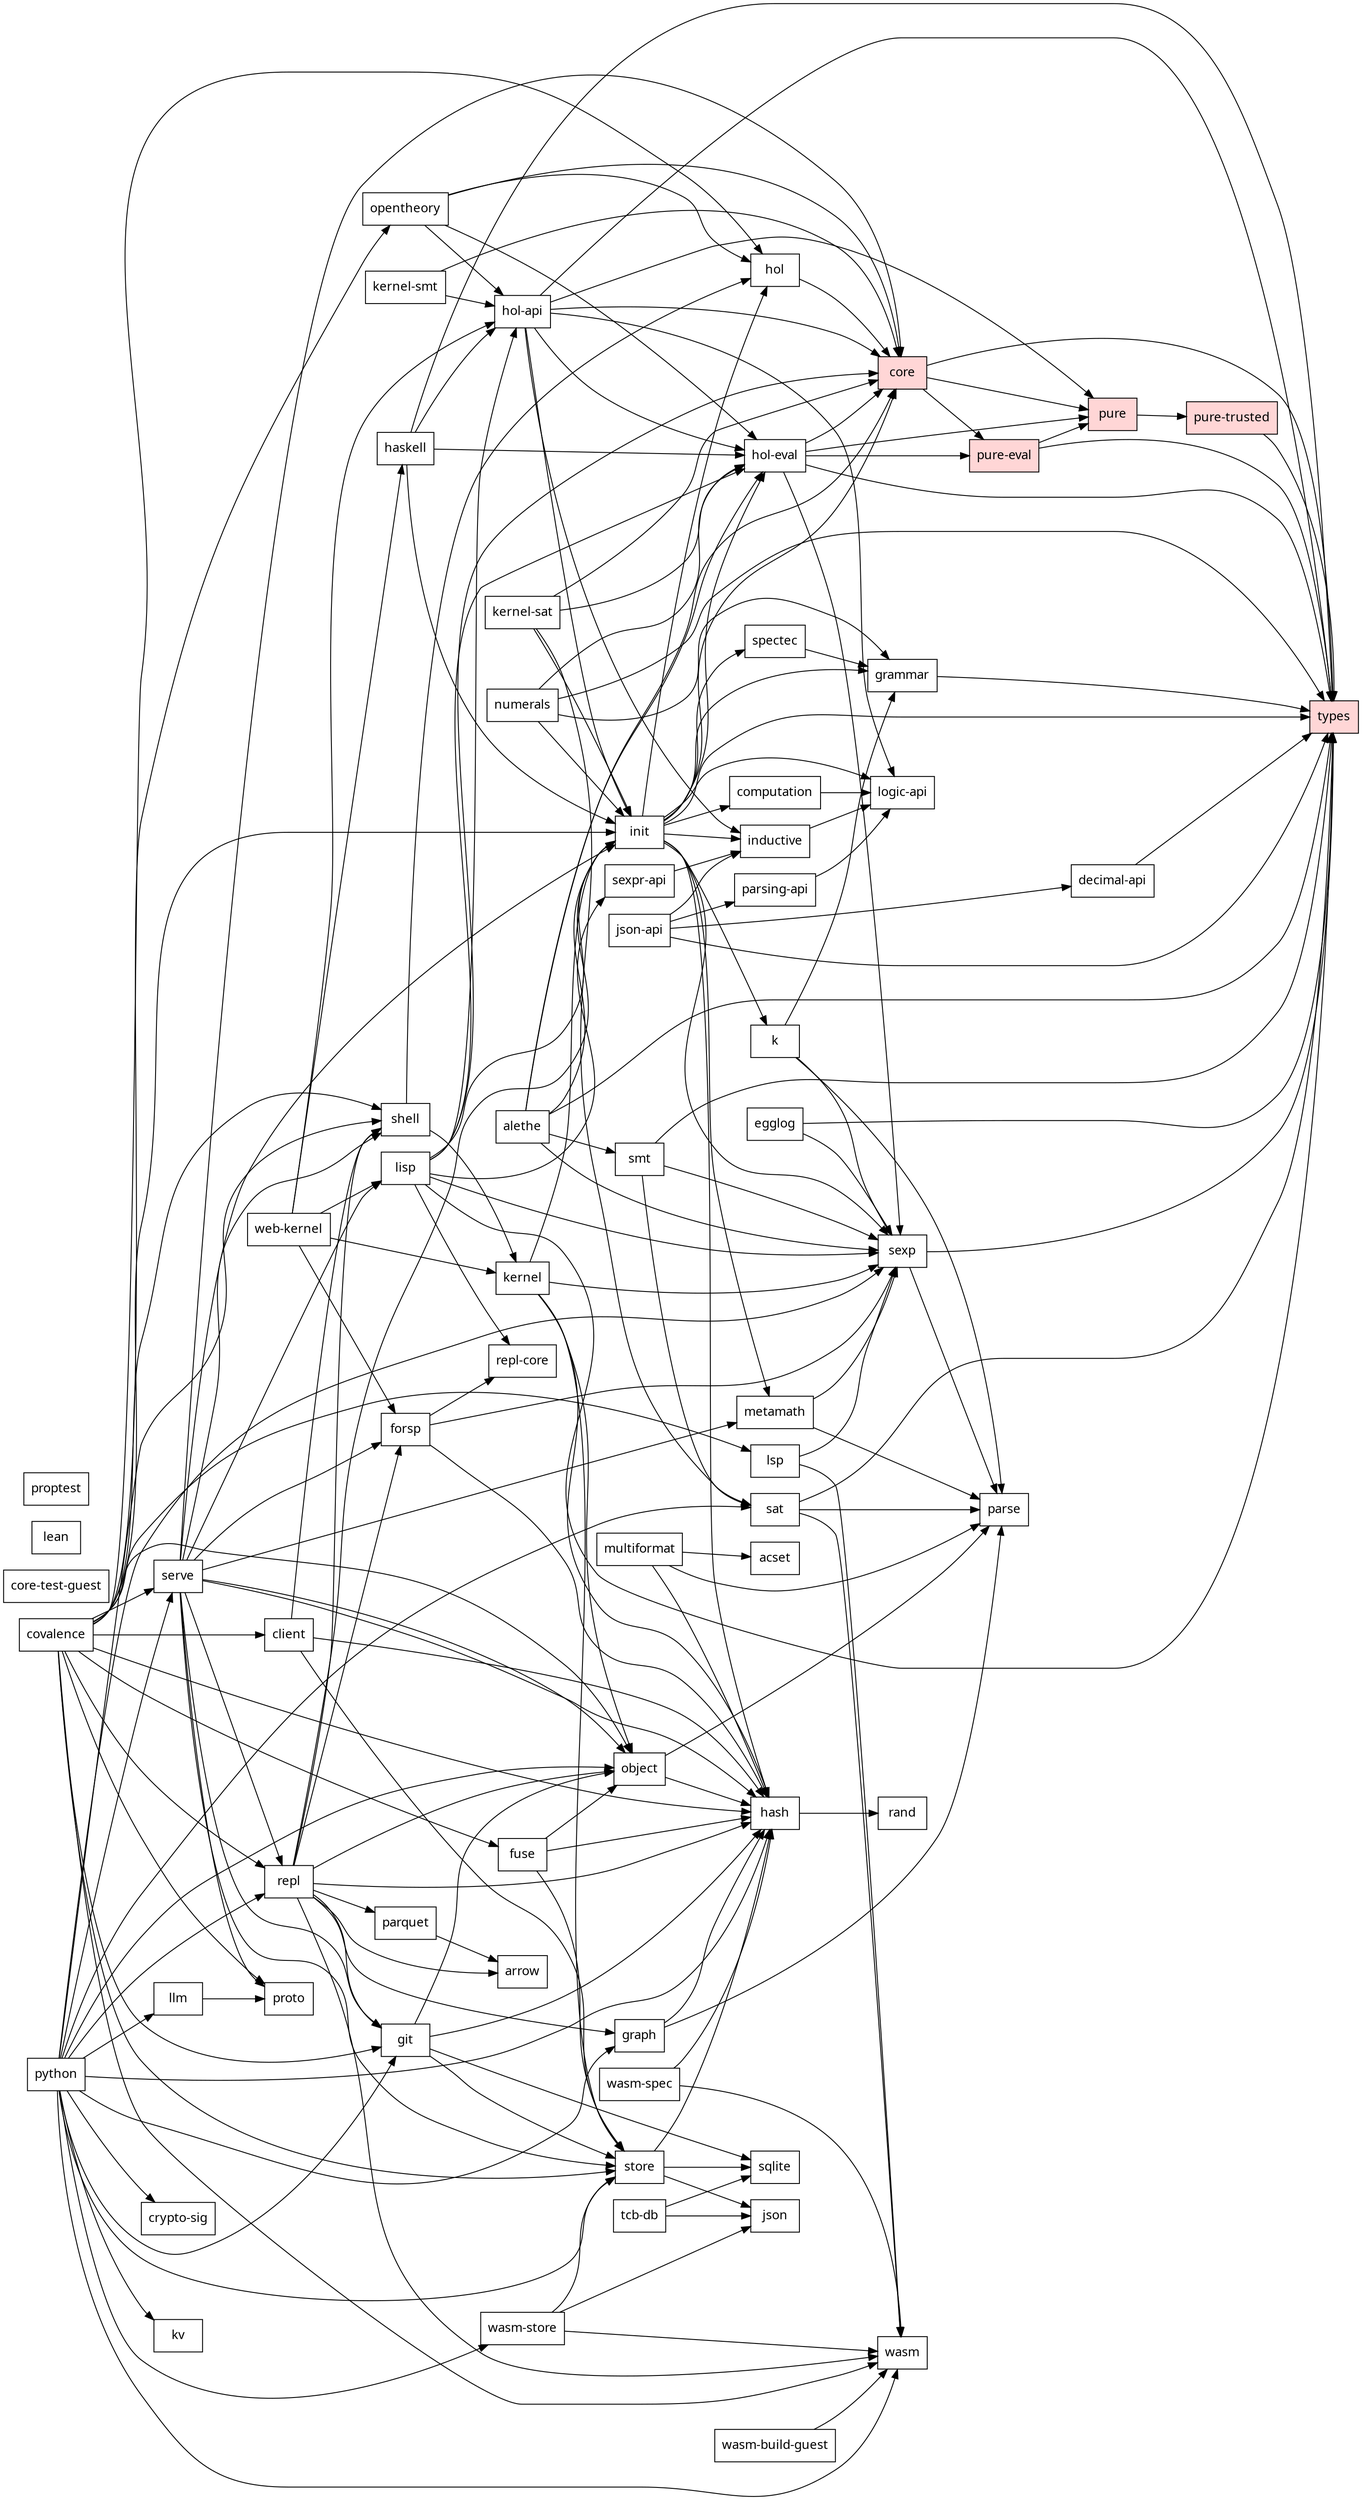
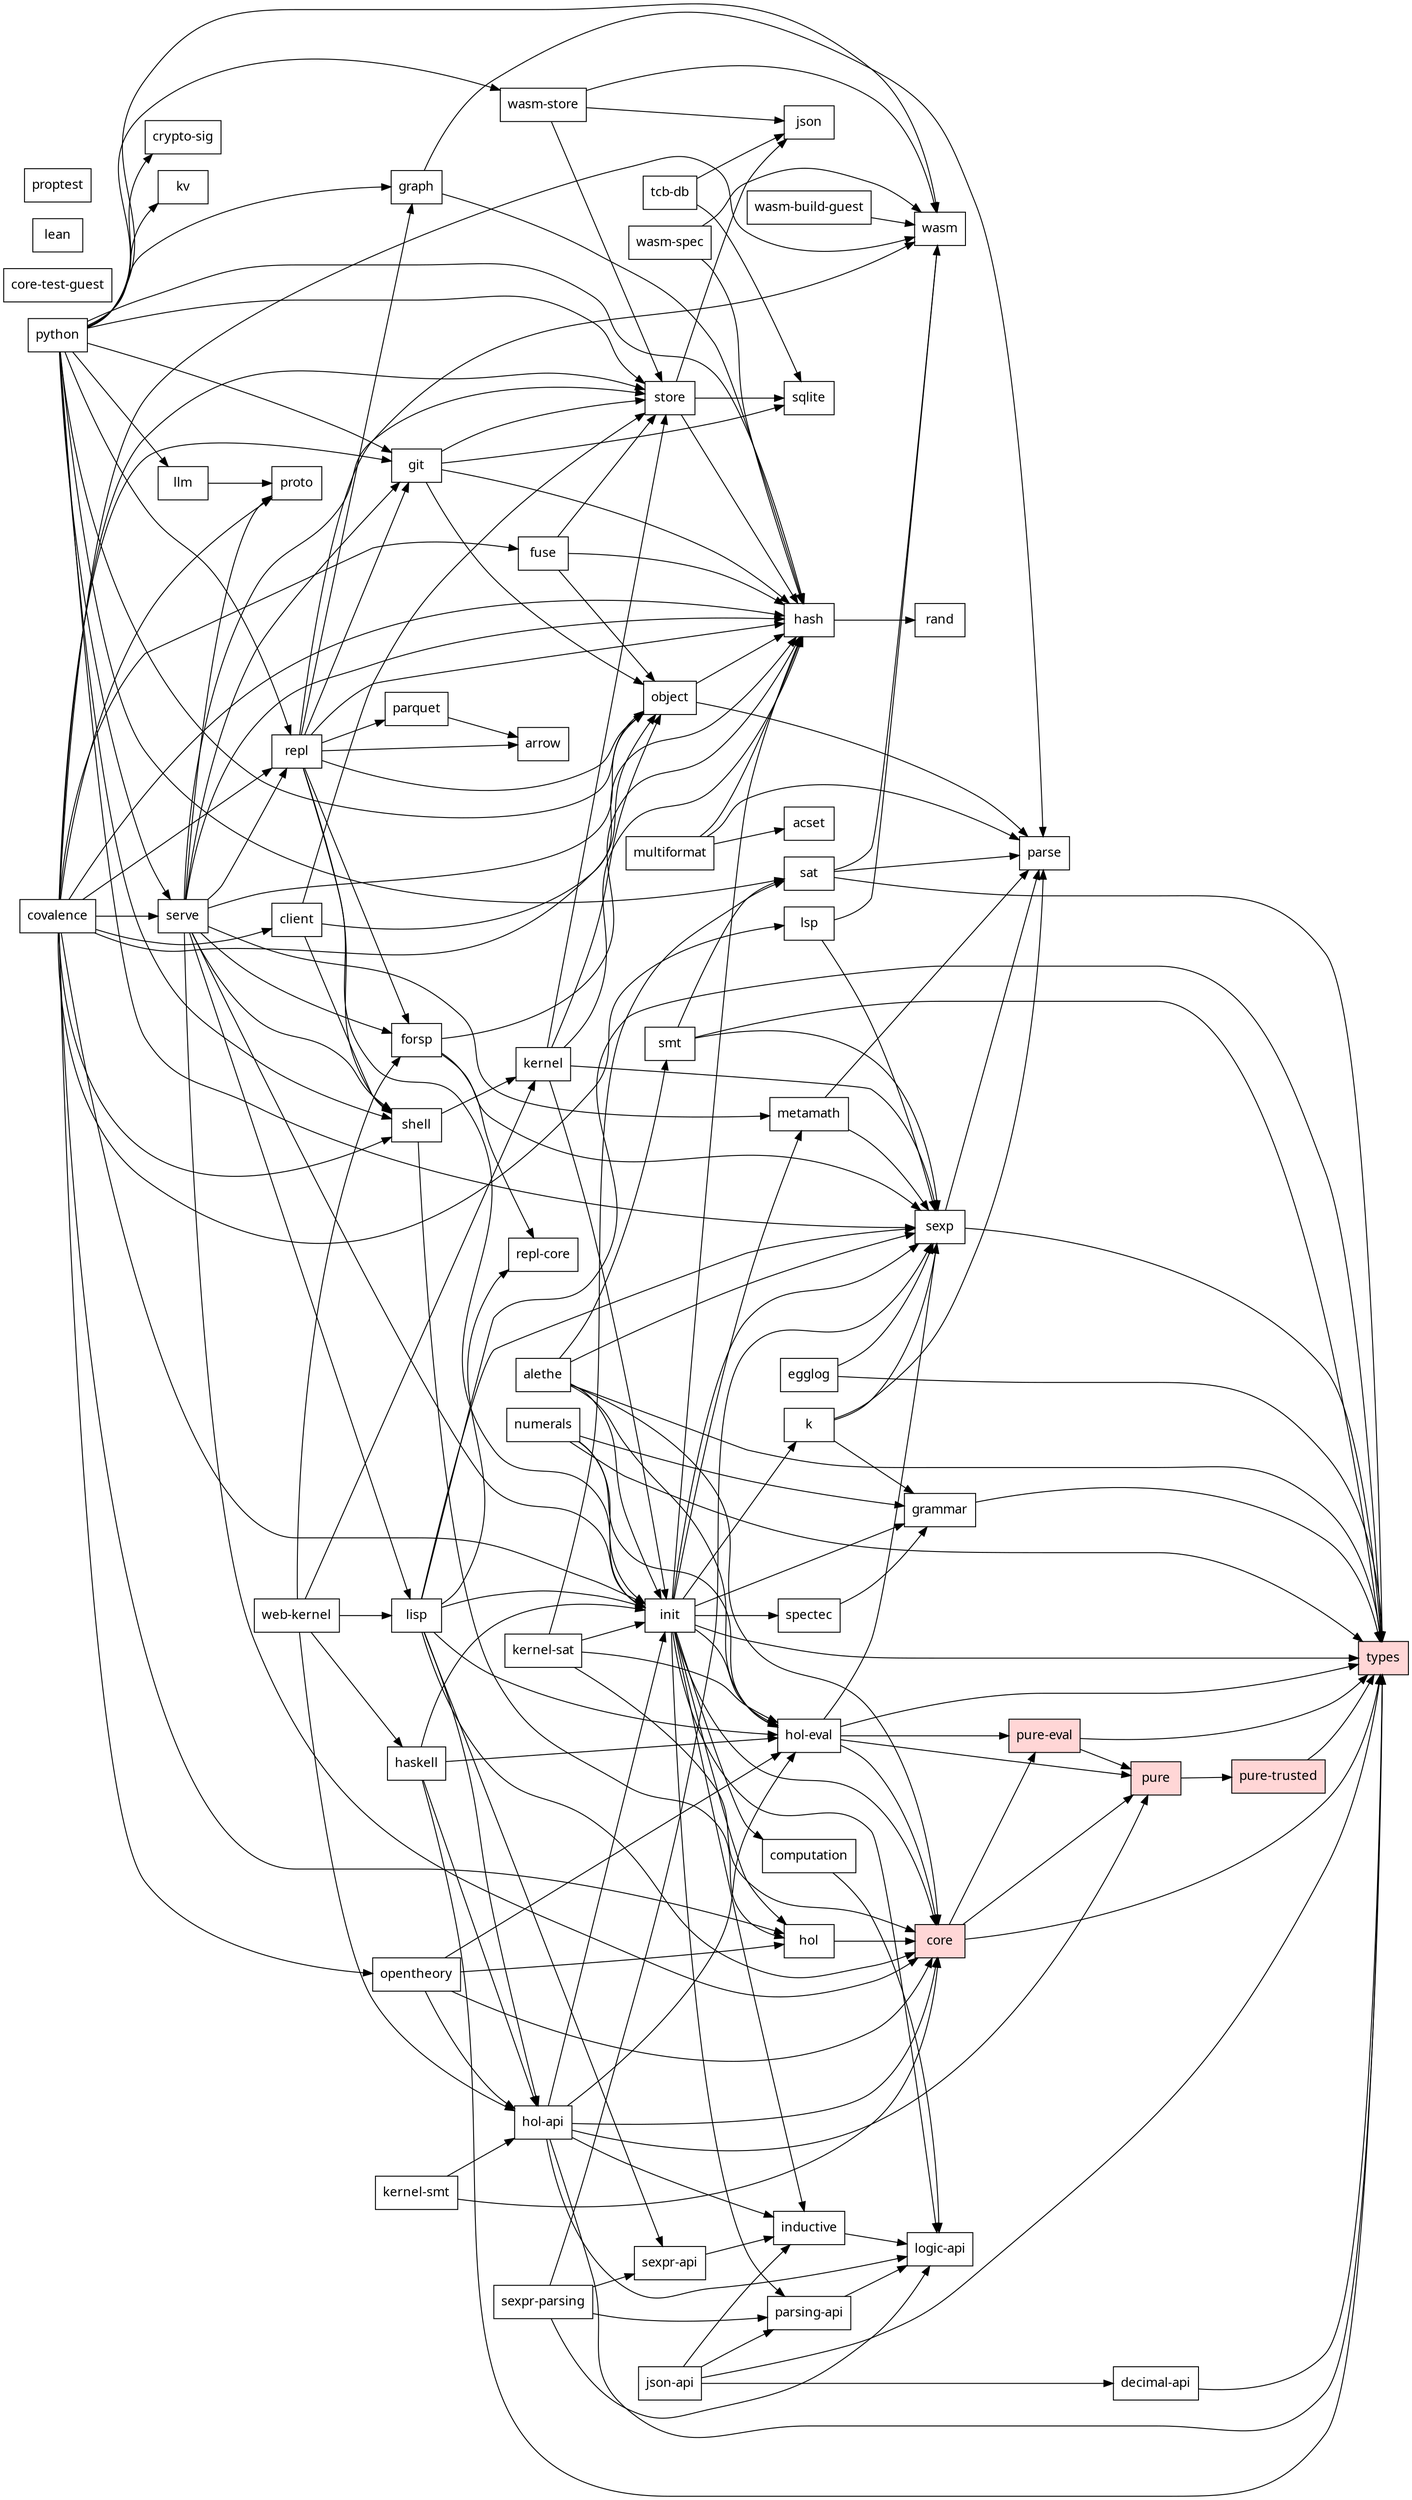
// Generated by scripts/dep-graph.mjs — do not edit (run `bun run deps`).
digraph deps {
  rankdir=LR;
  node [shape=box, fontname="sans-serif"];
  "covalence";
  "acset";
  "alethe";
  "arrow";
  "client";
  "computation";
  "core" [style=filled, fillcolor="#ffd6d6"];
  "core-test-guest";
  "crypto-sig";
  "decimal-api";
  "egglog";
  "forsp";
  "fuse";
  "git";
  "grammar";
  "graph";
  "hash";
  "haskell";
  "hol";
  "hol-api";
  "hol-eval";
  "inductive";
  "init";
  "json";
  "json-api";
  "k";
  "kernel";
  "kernel-sat";
  "kernel-smt";
  "kv";
  "lean";
  "lisp";
  "llm";
  "logic-api";
  "lsp";
  "metamath";
  "multiformat";
  "numerals";
  "object";
  "opentheory";
  "parquet";
  "parse";
  "parsing-api";
  "proptest";
  "proto";
  "pure" [style=filled, fillcolor="#ffd6d6"];
  "pure-eval" [style=filled, fillcolor="#ffd6d6"];
  "pure-trusted" [style=filled, fillcolor="#ffd6d6"];
  "python";
  "rand";
  "repl";
  "repl-core";
  "sat";
  "serve";
  "sexp";
  "sexpr-api";
+   "sexpr-parsing";
  "shell";
  "smt";
  "spectec";
  "sqlite";
  "store";
  "tcb-db";
  "types" [style=filled, fillcolor="#ffd6d6"];
  "wasm";
  "wasm-build-guest";
  "wasm-spec";
  "wasm-store";
  "web-kernel";
  "covalence" -> "client";
  "covalence" -> "fuse";
  "covalence" -> "git";
  "covalence" -> "hash";
  "covalence" -> "hol";
  "covalence" -> "init";
  "covalence" -> "lsp";
  "covalence" -> "object";
  "covalence" -> "opentheory";
  "covalence" -> "proto";
  "covalence" -> "repl";
  "covalence" -> "serve";
  "covalence" -> "shell";
  "covalence" -> "store";
  "covalence" -> "wasm";
  "alethe" -> "core";
  "alethe" -> "hol-eval";
  "alethe" -> "init";
  "alethe" -> "sexp";
  "alethe" -> "smt";
  "alethe" -> "types";
  "client" -> "hash";
  "client" -> "shell";
  "client" -> "store";
  "computation" -> "logic-api";
  "core" -> "pure";
  "core" -> "pure-eval";
  "core" -> "types";
  "decimal-api" -> "types";
  "egglog" -> "sexp";
  "egglog" -> "types";
  "forsp" -> "hash";
  "forsp" -> "repl-core";
  "forsp" -> "sexp";
  "fuse" -> "hash";
  "fuse" -> "object";
  "fuse" -> "store";
  "git" -> "hash";
  "git" -> "object";
  "git" -> "sqlite";
  "git" -> "store";
  "grammar" -> "types";
  "graph" -> "hash";
  "graph" -> "parse";
  "hash" -> "rand";
  "haskell" -> "hol-api";
  "haskell" -> "hol-eval";
  "haskell" -> "init";
  "haskell" -> "types";
  "hol" -> "core";
  "hol-api" -> "core";
  "hol-api" -> "hol-eval";
  "hol-api" -> "inductive";
  "hol-api" -> "init";
  "hol-api" -> "logic-api";
  "hol-api" -> "pure";
  "hol-api" -> "types";
  "hol-eval" -> "core";
  "hol-eval" -> "pure";
  "hol-eval" -> "pure-eval";
  "hol-eval" -> "sexp";
  "hol-eval" -> "types";
  "inductive" -> "logic-api";
  "init" -> "computation";
  "init" -> "core";
  "init" -> "grammar";
  "init" -> "hash";
  "init" -> "hol";
  "init" -> "hol-eval";
  "init" -> "inductive";
  "init" -> "k";
  "init" -> "logic-api";
  "init" -> "metamath";
+   "init" -> "parsing-api";
  "init" -> "sexp";
  "init" -> "spectec";
  "init" -> "types";
  "json-api" -> "decimal-api";
  "json-api" -> "inductive";
  "json-api" -> "parsing-api";
  "json-api" -> "types";
  "k" -> "grammar";
  "k" -> "parse";
  "k" -> "sexp";
  "kernel" -> "hash";
  "kernel" -> "init";
  "kernel" -> "object";
  "kernel" -> "sexp";
  "kernel" -> "store";
  "kernel-sat" -> "core";
  "kernel-sat" -> "hol-eval";
  "kernel-sat" -> "init";
  "kernel-sat" -> "sat";
  "kernel-smt" -> "core";
  "kernel-smt" -> "hol-api";
  "lisp" -> "core";
  "lisp" -> "hol-api";
  "lisp" -> "hol-eval";
  "lisp" -> "init";
  "lisp" -> "repl-core";
  "lisp" -> "sexp";
  "lisp" -> "sexpr-api";
  "lisp" -> "types";
  "llm" -> "proto";
  "lsp" -> "sexp";
  "lsp" -> "wasm";
  "metamath" -> "parse";
  "metamath" -> "sexp";
  "multiformat" -> "acset";
  "multiformat" -> "hash";
  "multiformat" -> "parse";
  "numerals" -> "grammar";
  "numerals" -> "hol-eval";
  "numerals" -> "init";
  "numerals" -> "types";
  "object" -> "hash";
  "object" -> "parse";
  "opentheory" -> "core";
  "opentheory" -> "hol";
  "opentheory" -> "hol-api";
  "opentheory" -> "hol-eval";
  "parquet" -> "arrow";
  "parsing-api" -> "logic-api";
  "pure" -> "pure-trusted";
  "pure-eval" -> "pure";
  "pure-eval" -> "types";
  "pure-trusted" -> "types";
  "python" -> "crypto-sig";
  "python" -> "git";
  "python" -> "graph";
  "python" -> "hash";
  "python" -> "kv";
  "python" -> "llm";
  "python" -> "object";
  "python" -> "repl";
  "python" -> "sat";
  "python" -> "serve";
  "python" -> "sexp";
  "python" -> "shell";
  "python" -> "store";
  "python" -> "wasm";
  "python" -> "wasm-store";
  "repl" -> "arrow";
  "repl" -> "forsp";
  "repl" -> "git";
  "repl" -> "graph";
  "repl" -> "hash";
  "repl" -> "init";
  "repl" -> "object";
  "repl" -> "parquet";
  "repl" -> "shell";
  "repl" -> "wasm";
  "sat" -> "parse";
  "sat" -> "types";
  "sat" -> "wasm";
  "serve" -> "core";
  "serve" -> "forsp";
  "serve" -> "git";
  "serve" -> "hash";
  "serve" -> "init";
  "serve" -> "lisp";
  "serve" -> "metamath";
  "serve" -> "object";
  "serve" -> "proto";
  "serve" -> "repl";
  "serve" -> "shell";
  "serve" -> "store";
  "sexp" -> "parse";
  "sexp" -> "types";
  "sexpr-api" -> "inductive";
+   "sexpr-parsing" -> "logic-api";
+   "sexpr-parsing" -> "parsing-api";
+   "sexpr-parsing" -> "sexp";
+   "sexpr-parsing" -> "sexpr-api";
  "shell" -> "hol";
  "shell" -> "kernel";
  "smt" -> "sat";
  "smt" -> "sexp";
  "smt" -> "types";
  "spectec" -> "grammar";
  "store" -> "hash";
  "store" -> "json";
  "store" -> "sqlite";
  "tcb-db" -> "json";
  "tcb-db" -> "sqlite";
  "wasm-build-guest" -> "wasm";
  "wasm-spec" -> "hash";
  "wasm-spec" -> "wasm";
  "wasm-store" -> "json";
  "wasm-store" -> "store";
  "wasm-store" -> "wasm";
  "web-kernel" -> "forsp";
  "web-kernel" -> "haskell";
  "web-kernel" -> "hol-api";
  "web-kernel" -> "kernel";
  "web-kernel" -> "lisp";
}
